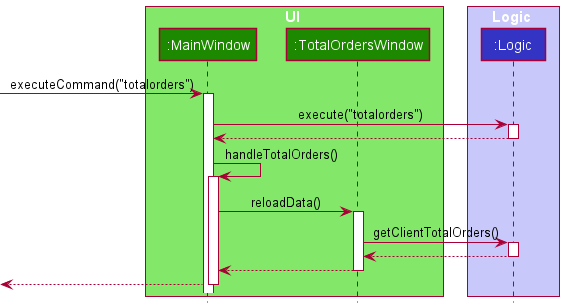
This is docs/images/TotalOrdersSequenceDiagram2.png from nus-cs2103-AY2122S1/tp, a PlantUML export, as it was before one commit. Its diagram source:
```plantuml
@startuml
!include style.puml

box UI UI_COLOR_T1
participant ":MainWindow" as MainWindow UI_COLOR
participant ":TotalOrdersWindow" as TotalOrdersWindow UI_COLOR
end box

box Logic LOGIC_COLOR_T1
participant ":Logic" as Logic LOGIC_COLOR
end box

[-> MainWindow : executeCommand("totalorders")
activate MainWindow

MainWindow -> Logic : execute("totalorders")
activate Logic

Logic --> MainWindow
deactivate Logic

MainWindow -> MainWindow : handleTotalOrders()
activate MainWindow

MainWindow -> TotalOrdersWindow : reloadData()
activate TotalOrdersWindow

TotalOrdersWindow -> Logic : getClientTotalOrders()
activate Logic

Logic --> TotalOrdersWindow
deactivate Logic

TotalOrdersWindow --> MainWindow
deactivate TotalOrdersWindow

[<-- MainWindow
deactivate MainWindow
@enduml
```
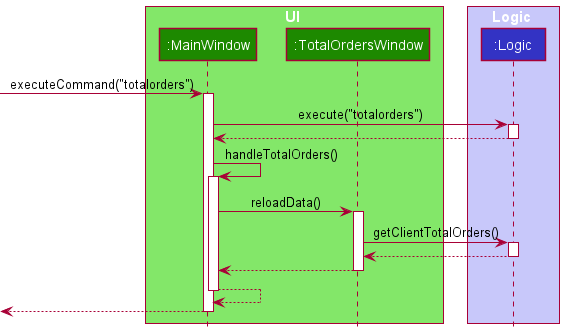
The same file after the commit.

Commit message:
Correct sequence diagram to end the activation bar of MainWindow

Change to the diagram source:
```diff
@@ -34,6 +34,9 @@
 TotalOrdersWindow --> MainWindow
 deactivate TotalOrdersWindow
 
-[<-- MainWindow
+MainWindow --> MainWindow
+deactivate MainWindow
+
+[<--MainWindow
 deactivate MainWindow
 @enduml
```
